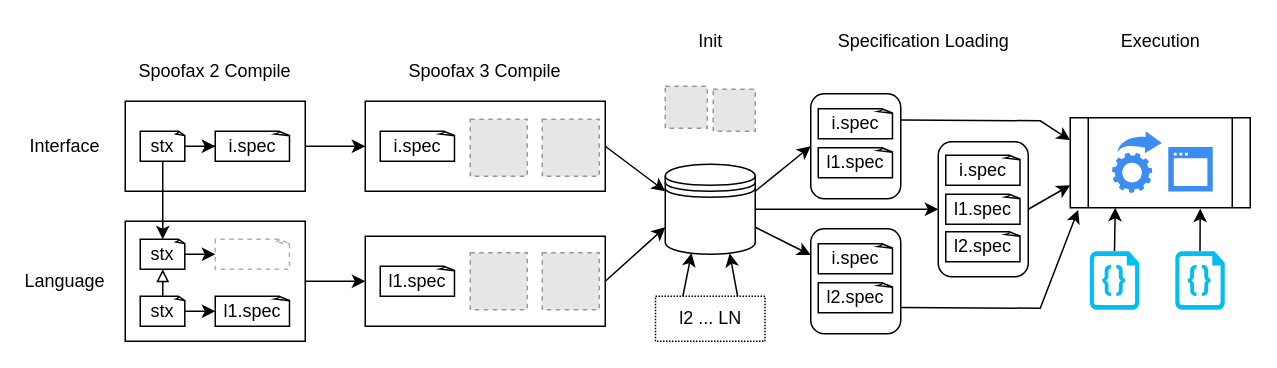
Earlier version of the draw.io diagram page "Page-24" (24 of 24) of Spoofax3 Diagrams.drawio (AZWN/Spoofax-pie-diagrams). Source tidied: cells renumbered, new cells numbered last; positions are measured from the earlier drawing's top-left corner, leaving out a move shared by most shapes. Both pictures are drawn from the tidied source at 150%, with x=0, y=0 at pixel (34, 26). Pictures stored in the file or linked from it are replaced by grey dashed boxes.
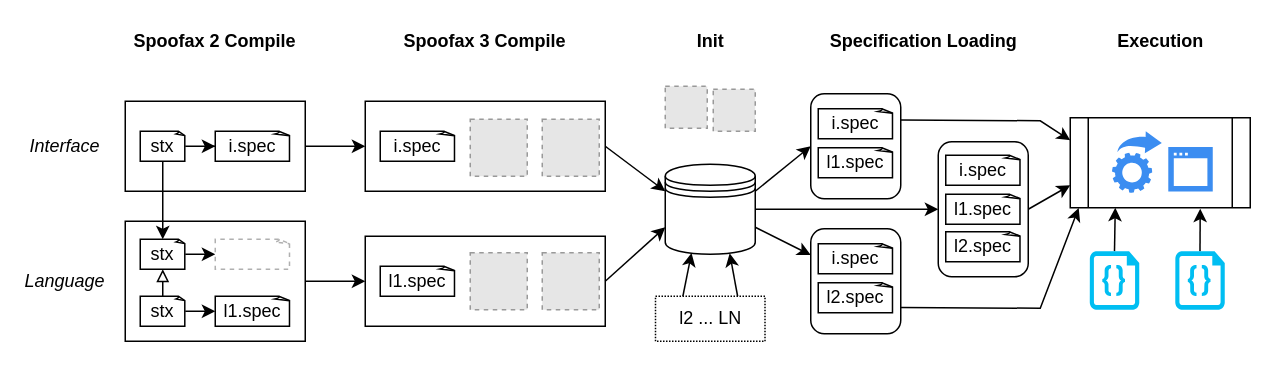
The same page after the edit.

Unchanged cells that the change refers to:
```xml
<mxCell id="2" style="shape=process;whiteSpace=wrap;html=1;backgroundOutline=1;labelBackgroundColor=#ffffff;strokeColor=#000000;fillColor=#FFFFFF;fontColor=#000000;" parent="1" vertex="1">
  <mxGeometry x="690" y="61" width="120" height="60" as="geometry" />
</mxCell>
<mxCell id="42" style="rounded=1;whiteSpace=wrap;html=1;labelBackgroundColor=#ffffff;fillColor=#FFFFFF;fontColor=#000000;" parent="1" vertex="1">
  <mxGeometry x="517" y="135" width="60" height="70" as="geometry" />
</mxCell>
```

What changed in the source:
```diff
@@
-    <mxCell id="8" value="Spoofax 2 Compile" style="text;html=1;strokeColor=none;fillColor=none;align=center;verticalAlign=middle;whiteSpace=wrap;rounded=0;" parent="1" vertex="1">
-      <mxGeometry x="60" y="20" width="120" height="20" as="geometry" />
+    <mxCell id="8" value="Spoofax 2 Compile" style="text;html=1;strokeColor=none;fillColor=none;align=center;verticalAlign=middle;whiteSpace=wrap;rounded=0;fontStyle=1;" parent="1" vertex="1">
+      <mxGeometry x="60" width="120" height="20" as="geometry" />
     </mxCell>
@@
-    <mxCell id="10" value="Spoofax 3 Compile" style="text;html=1;strokeColor=none;fillColor=none;align=center;verticalAlign=middle;whiteSpace=wrap;rounded=0;" parent="1" vertex="1">
-      <mxGeometry x="240" y="20" width="120" height="20" as="geometry" />
+    <mxCell id="10" value="Spoofax 3 Compile" style="text;html=1;strokeColor=none;fillColor=none;align=center;verticalAlign=middle;whiteSpace=wrap;rounded=0;fontStyle=1;" parent="1" vertex="1">
+      <mxGeometry x="240" width="120" height="20" as="geometry" />
     </mxCell>
-    <mxCell id="11" value="Interface" style="text;html=1;strokeColor=none;fillColor=none;align=center;verticalAlign=middle;whiteSpace=wrap;rounded=0;" parent="1" vertex="1">
+    <mxCell id="11" value="Interface" style="text;html=1;strokeColor=none;fillColor=none;align=center;verticalAlign=middle;whiteSpace=wrap;rounded=0;fontStyle=2;" parent="1" vertex="1">
       <mxGeometry y="70" width="40" height="20" as="geometry" />
     </mxCell>
@@
-    <mxCell id="19" value="Language" style="text;html=1;strokeColor=none;fillColor=none;align=center;verticalAlign=middle;whiteSpace=wrap;rounded=0;" parent="1" vertex="1">
+    <mxCell id="19" value="Language" style="text;html=1;strokeColor=none;fillColor=none;align=center;verticalAlign=middle;whiteSpace=wrap;rounded=0;fontStyle=2;" parent="1" vertex="1">
       <mxGeometry y="160" width="40" height="20" as="geometry" />
     </mxCell>
@@
-    <mxCell id="23" value="Init" style="text;html=1;align=center;verticalAlign=middle;" parent="1" vertex="1">
+    <mxCell id="23" value="Init" style="text;html=1;align=center;verticalAlign=middle;fontStyle=1;" parent="1" vertex="1">
       <mxGeometry x="435" width="30" height="20" as="geometry" />
     </mxCell>
@@
-    <mxCell id="31" value="Specification Loading" style="text;html=1;align=center;verticalAlign=middle;fontColor=#000000;" parent="1" vertex="1">
-      <mxGeometry x="527" width="130" height="20" as="geometry" />
+    <mxCell id="31" value="Specification Loading" style="text;html=1;align=center;verticalAlign=middle;fontColor=#000000;fontStyle=1;" parent="1" vertex="1">
+      <mxGeometry x="522" width="140" height="20" as="geometry" />
     </mxCell>
@@
-    <mxCell id="41" style="edgeStyle=none;rounded=0;jettySize=auto;html=1;exitX=1;exitY=0.75;exitDx=0;exitDy=0;entryX=0.044;entryY=1.024;entryDx=0;entryDy=0;entryPerimeter=0;startArrow=none;startFill=0;endArrow=classic;endFill=1;fontColor=#000000;" parent="1" edge="1" source="42" target="2">
+    <mxCell id="41" style="edgeStyle=none;rounded=0;jettySize=auto;html=1;exitX=1;exitY=0.75;exitDx=0;exitDy=0;entryX=0.047;entryY=1.002;entryDx=0;entryDy=0;entryPerimeter=0;startArrow=none;startFill=0;endArrow=classic;endFill=1;fontColor=#000000;" parent="1" edge="1" source="42" target="2">
       <mxGeometry relative="1" as="geometry">
         <Array as="points">
           <mxPoint x="670" y="188" />
         </Array>
       </mxGeometry>
     </mxCell>
@@
-    <mxCell id="51" value="Execution" style="text;html=1;align=center;verticalAlign=middle;fontColor=#000000;" parent="1" vertex="1">
+    <mxCell id="51" value="Execution" style="text;html=1;align=center;verticalAlign=middle;fontColor=#000000;fontStyle=1;" parent="1" vertex="1">
       <mxGeometry x="715" width="70" height="20" as="geometry" />
     </mxCell>
```
